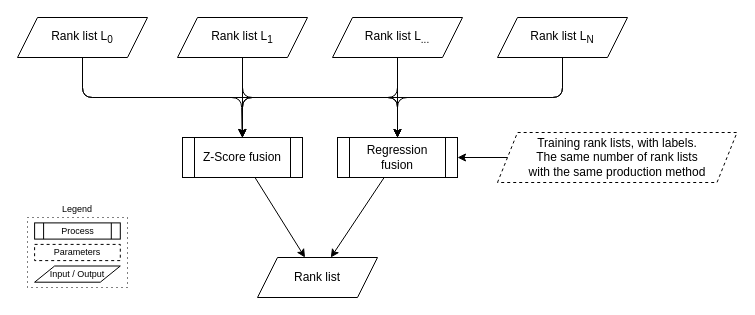
Above: page "fusion" (3 of 3) of schema/schema.drawio in TheRaphael0000/master_thesis (draw.io), before the change. Source tidied: cells renumbered, new cells numbered last; positions are measured from the earlier drawing's top-left corner, leaving out a move shared by most shapes. Both pictures are drawn from the tidied source at 100%, with x=0, y=0 at pixel (17, 17).
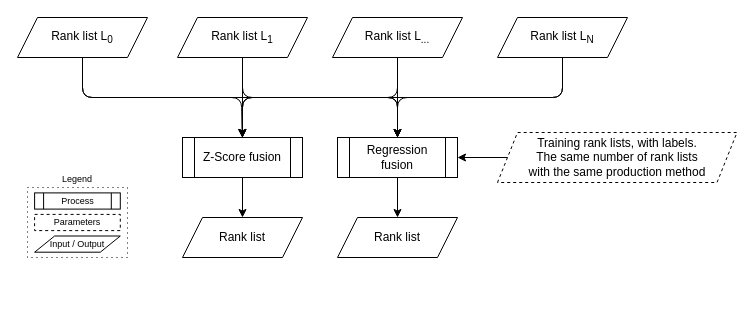
Above is the later version.

The change refers to these unchanged cells:
```xml
<mxCell id="10" value="Z-Score fusion" style="shape=process;whiteSpace=wrap;html=1;backgroundOutline=1;" parent="1" vertex="1">
  <mxGeometry x="165" y="120" width="120" height="40" as="geometry" />
</mxCell>
<mxCell id="11" value="Regression fusion" style="shape=process;whiteSpace=wrap;html=1;backgroundOutline=1;" parent="1" vertex="1">
  <mxGeometry x="320" y="120" width="120" height="40" as="geometry" />
</mxCell>
```

Diff of the diagram source:
```diff
@@
-    <mxCell id="8" value="Rank list" style="shape=parallelogram;perimeter=parallelogramPerimeter;whiteSpace=wrap;html=1;fixedSize=1;" parent="1" vertex="1">
-      <mxGeometry x="240" y="240" width="120" height="40" as="geometry" />
-    </mxCell>
-    <mxCell id="9" style="endArrow=classic;html=1;" parent="1" edge="1" source="10" target="8">
+    <mxCell id="9" style="endArrow=classic;html=1;" parent="1" edge="1" source="10" target="27">
       <mxGeometry relative="1" as="geometry" />
     </mxCell>
@@
-    <mxCell id="20" style="endArrow=classic;html=1;" parent="1" edge="1" source="11" target="8">
+    <mxCell id="20" style="endArrow=classic;html=1;" parent="1" edge="1" source="11" target="26">
       <mxGeometry relative="1" as="geometry" />
     </mxCell>
     <mxCell id="21" style="group;fontSize=9;" parent="1" vertex="1">
-      <mxGeometry x="10" y="200" width="100" height="70" as="geometry" />
+      <mxGeometry x="10" y="170" width="100" height="70" as="geometry" />
     </mxCell>
@@
+    <mxCell id="26" value="Rank list" style="shape=parallelogram;perimeter=parallelogramPerimeter;whiteSpace=wrap;html=1;fixedSize=1;" parent="1" vertex="1">
+      <mxGeometry x="320" y="200" width="120" height="40" as="geometry" />
+    </mxCell>
+    <mxCell id="27" value="Rank list" style="shape=parallelogram;perimeter=parallelogramPerimeter;whiteSpace=wrap;html=1;fixedSize=1;" parent="1" vertex="1">
+      <mxGeometry x="165" y="200" width="120" height="40" as="geometry" />
+    </mxCell>
```
